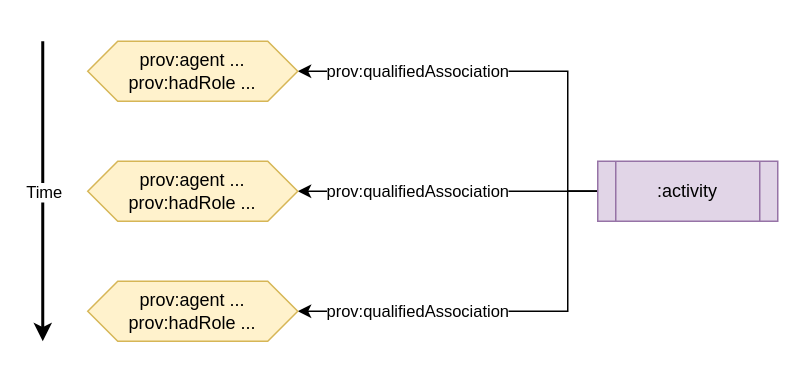
Above: img/agents.drawio in swiss/paf-link (draw.io), before the change. Source tidied: cells renumbered, new cells numbered last; positions are measured from the earlier drawing's top-left corner, leaving out a move shared by most shapes. Both pictures are drawn from the tidied source at 150%, with x=0, y=0 at pixel (42, 40).
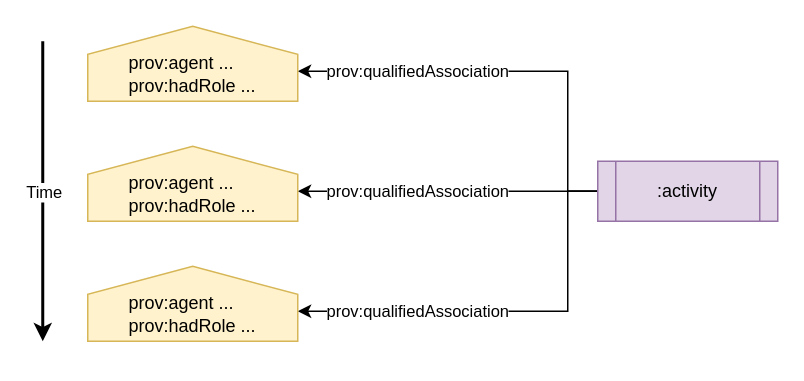
Above is the later version.

Commit message (it also covers changes not shown here):
reshape agents

What changed in the source:
```diff
@@
 <mxGraphModel>
   <root>
     <mxCell id="0" />
     <mxCell id="1" parent="0" />
-    <mxCell id="2" value="prov:qualifiedAssociation" style="edgeStyle=orthogonalEdgeStyle;rounded=0;html=1;exitX=0;exitY=0.5;exitDx=0;exitDy=0;entryX=1;entryY=0.5;entryDx=0;entryDy=0;" parent="1" edge="1" source="5" target="8">
+    <mxCell id="2" value="prov:qualifiedAssociation" style="edgeStyle=orthogonalEdgeStyle;rounded=0;html=1;exitX=0;exitY=0.5;exitDx=0;exitDy=0;entryX=1;entryY=0.5;entryDx=0;entryDy=0;" parent="1" edge="1" source="5">
       <mxGeometry x="0.43" relative="1" as="geometry">
+        <mxPoint x="170" y="20" as="targetPoint" />
         <Array as="points">
           <mxPoint x="350" y="100" />
           <mxPoint x="350" y="20" />
         </Array>
       </mxGeometry>
     </mxCell>
-    <mxCell id="3" value="prov:qualifiedAssociation" style="edgeStyle=orthogonalEdgeStyle;rounded=0;html=1;exitX=0;exitY=0.5;exitDx=0;exitDy=0;entryX=1;entryY=0.5;entryDx=0;entryDy=0;" parent="1" edge="1" source="5" target="9">
+    <mxCell id="3" value="prov:qualifiedAssociation" style="edgeStyle=orthogonalEdgeStyle;rounded=0;html=1;exitX=0;exitY=0.5;exitDx=0;exitDy=0;entryX=1;entryY=0.5;entryDx=0;entryDy=0;" parent="1" edge="1" source="5">
       <mxGeometry x="0.43" relative="1" as="geometry">
+        <mxPoint x="170" y="180" as="targetPoint" />
         <Array as="points">
           <mxPoint x="350" y="100" />
           <mxPoint x="350" y="180" />
         </Array>
       </mxGeometry>
     </mxCell>
-    <mxCell id="4" value="prov:qualifiedAssociation" style="edgeStyle=none;rounded=0;html=1;exitX=0;exitY=0.5;exitDx=0;exitDy=0;entryX=1;entryY=0.5;entryDx=0;entryDy=0;" parent="1" edge="1" source="5" target="10">
-      <mxGeometry x="0.2" relative="1" as="geometry" />
+    <mxCell id="4" value="prov:qualifiedAssociation" style="edgeStyle=none;rounded=0;html=1;exitX=0;exitY=0.5;exitDx=0;exitDy=0;entryX=1;entryY=0.5;entryDx=0;entryDy=0;" parent="1" edge="1" source="5">
+      <mxGeometry x="0.2" relative="1" as="geometry">
+        <mxPoint x="170" y="100" as="targetPoint" />
+      </mxGeometry>
     </mxCell>
     <mxCell id="5" value=":activity" style="shape=process;whiteSpace=wrap;html=1;backgroundOutline=1;fillColor=#e1d5e7;strokeColor=#9673a6;" parent="1" vertex="1">
       <mxGeometry x="370" y="80" width="120" height="40" as="geometry" />
     </mxCell>
     <mxCell id="6" style="endArrow=classic;html=1;strokeWidth=2;" parent="1" edge="1">
       <mxGeometry relative="1" as="geometry">
         <mxPoint as="sourcePoint" />
         <mxPoint y="200" as="targetPoint" />
       </mxGeometry>
     </mxCell>
     <mxCell id="7" value="Time" style="edgeLabel;html=1;align=center;verticalAlign=middle;" parent="6" vertex="1">
       <mxGeometry relative="1" as="geometry" />
     </mxCell>
-    <mxCell id="8" value="prov:agent ...&lt;br&gt;prov:hadRole ..." style="shape=hexagon;perimeter=hexagonPerimeter2;whiteSpace=wrap;html=1;fixedSize=1;fillColor=#fff2cc;strokeColor=#d6b656;" parent="1" vertex="1">
-      <mxGeometry x="30" width="140" height="40" as="geometry" />
-    </mxCell>
-    <mxCell id="9" value="prov:agent ...&lt;br&gt;prov:hadRole ..." style="shape=hexagon;perimeter=hexagonPerimeter2;whiteSpace=wrap;html=1;fixedSize=1;fillColor=#fff2cc;strokeColor=#d6b656;" parent="1" vertex="1">
-      <mxGeometry x="30" y="160" width="140" height="40" as="geometry" />
-    </mxCell>
-    <mxCell id="10" value="prov:agent ...&lt;br&gt;prov:hadRole ..." style="shape=hexagon;perimeter=hexagonPerimeter2;whiteSpace=wrap;html=1;fixedSize=1;fillColor=#fff2cc;strokeColor=#d6b656;" parent="1" vertex="1">
-      <mxGeometry x="30" y="80" width="140" height="40" as="geometry" />
-    </mxCell>
+    <mxCell id="11" value="&lt;div style=&quot;text-align: left;&quot;&gt;&lt;br&gt;&lt;/div&gt;&lt;div style=&quot;text-align: left;&quot;&gt;&lt;span style=&quot;background-color: initial;&quot;&gt;prov:agent ...&lt;/span&gt;&lt;/div&gt;&lt;div style=&quot;text-align: left;&quot;&gt;&lt;span style=&quot;background-color: initial;&quot;&gt;prov:hadRole ...&lt;/span&gt;&lt;/div&gt;" style="shape=offPageConnector;whiteSpace=wrap;html=1;flipV=1;fillColor=#fff2cc;strokeColor=#d6b656;labelPosition=center;verticalLabelPosition=middle;align=center;verticalAlign=middle;" parent="1" vertex="1">
+      <mxGeometry x="30" y="-10" width="140" height="50" as="geometry" />
+    </mxCell>
+    <mxCell id="12" value="&lt;div style=&quot;text-align: left;&quot;&gt;&lt;br&gt;&lt;/div&gt;&lt;div style=&quot;text-align: left;&quot;&gt;&lt;span style=&quot;background-color: initial;&quot;&gt;prov:agent ...&lt;/span&gt;&lt;/div&gt;&lt;div style=&quot;text-align: left;&quot;&gt;&lt;span style=&quot;background-color: initial;&quot;&gt;prov:hadRole ...&lt;/span&gt;&lt;/div&gt;" style="shape=offPageConnector;whiteSpace=wrap;html=1;flipV=1;fillColor=#fff2cc;strokeColor=#d6b656;labelPosition=center;verticalLabelPosition=middle;align=center;verticalAlign=middle;" parent="1" vertex="1">
+      <mxGeometry x="30" y="70" width="140" height="50" as="geometry" />
+    </mxCell>
+    <mxCell id="13" value="&lt;div style=&quot;text-align: left;&quot;&gt;&lt;br&gt;&lt;/div&gt;&lt;div style=&quot;text-align: left;&quot;&gt;&lt;span style=&quot;background-color: initial;&quot;&gt;prov:agent ...&lt;/span&gt;&lt;/div&gt;&lt;div style=&quot;text-align: left;&quot;&gt;&lt;span style=&quot;background-color: initial;&quot;&gt;prov:hadRole ...&lt;/span&gt;&lt;/div&gt;" style="shape=offPageConnector;whiteSpace=wrap;html=1;flipV=1;fillColor=#fff2cc;strokeColor=#d6b656;labelPosition=center;verticalLabelPosition=middle;align=center;verticalAlign=middle;" parent="1" vertex="1">
+      <mxGeometry x="30" y="150" width="140" height="50" as="geometry" />
+    </mxCell>
   </root>
 </mxGraphModel>
```
